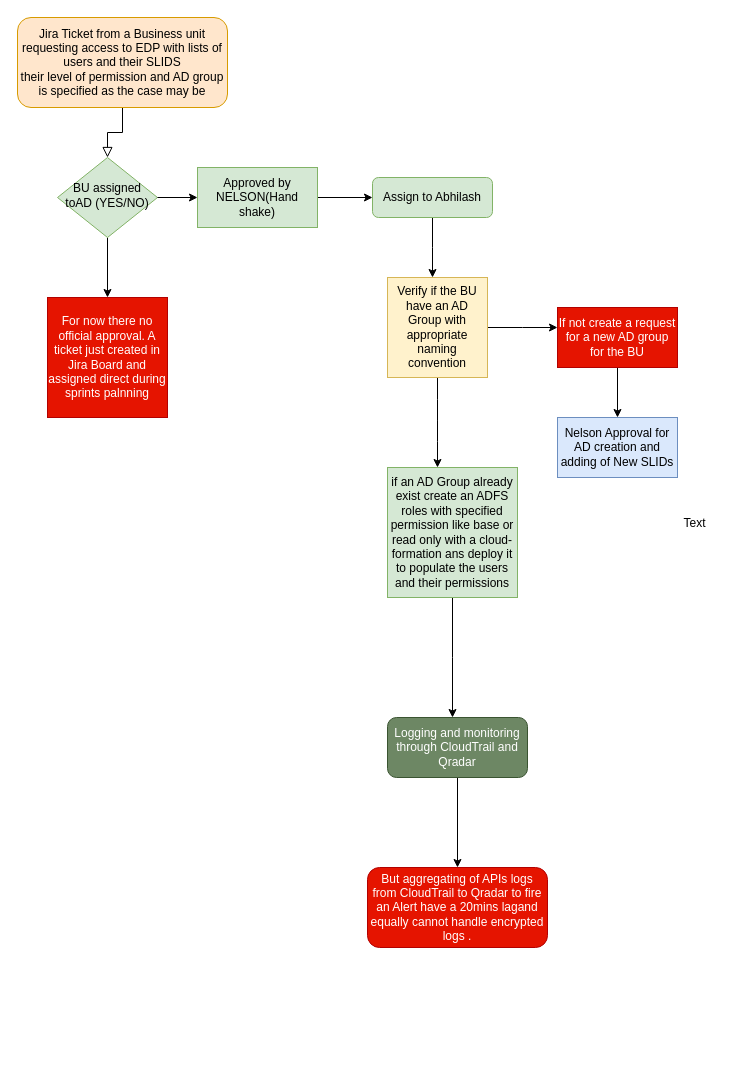
Earlier version of the draw.io diagram IAM FOLWCHAT .drawio (devopseze/agbaeze). Source tidied: cells renumbered, new cells numbered last; positions are measured from the earlier drawing's top-left corner, leaving out a move shared by most shapes. Both pictures are drawn from the tidied source at 100%, with x=0, y=0 at pixel (17, 17).
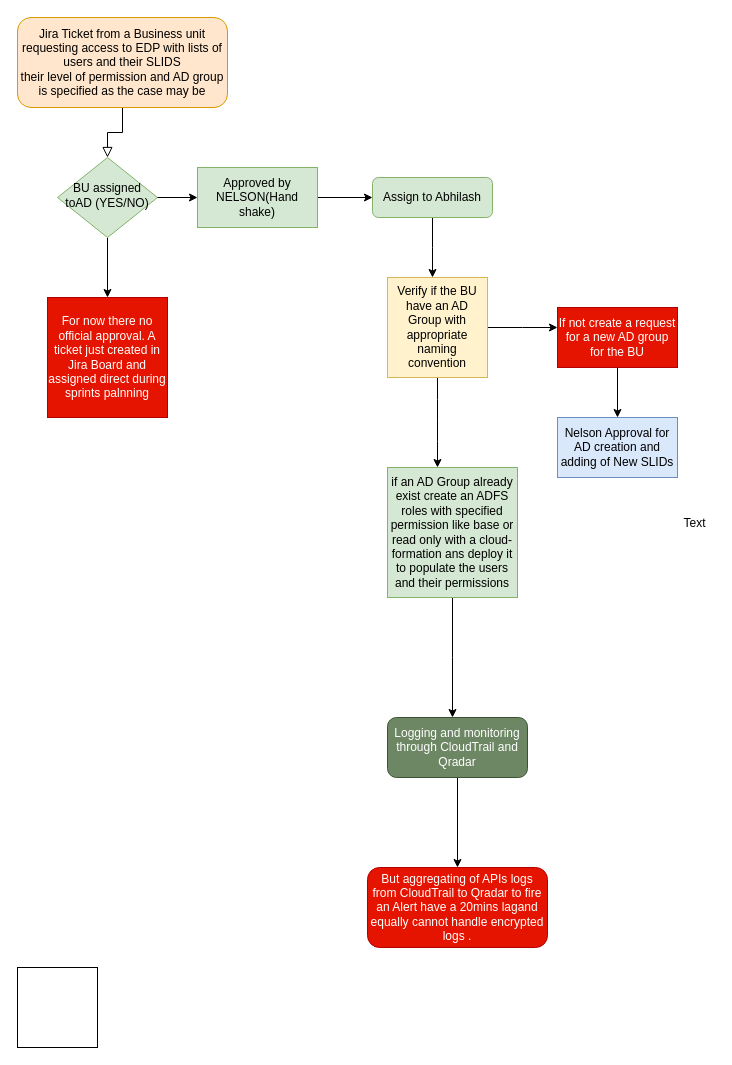
Above is the later version.

Change to the diagram source:
```diff
@@
+    <mxCell id="24" style="whiteSpace=wrap;html=1;" parent="1" vertex="1">
+      <mxGeometry y="950" width="80" height="80" as="geometry" />
+    </mxCell>
```
